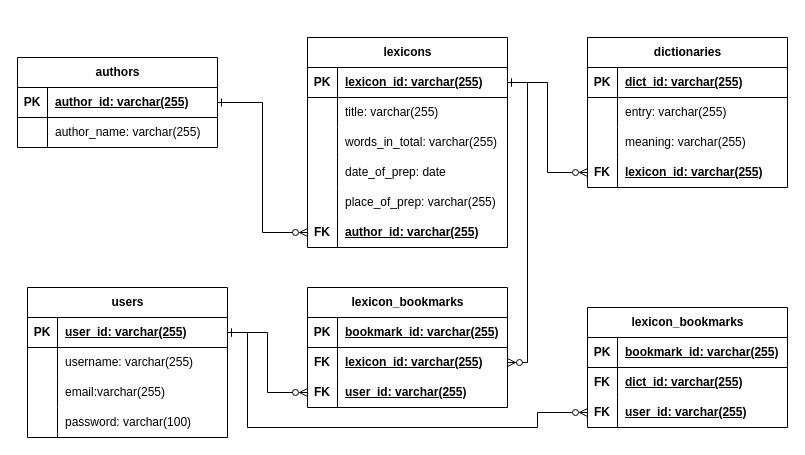
Above: ERD.drawio in HarisHerdiansyah/uts-pemrograman-web-2025 (draw.io), before the change. Source tidied: cells renumbered, new cells numbered last; positions are measured from the earlier drawing's top-left corner, leaving out a move shared by most shapes. Both pictures are drawn from the tidied source at 100%, with x=0, y=0 at pixel (17, 37).
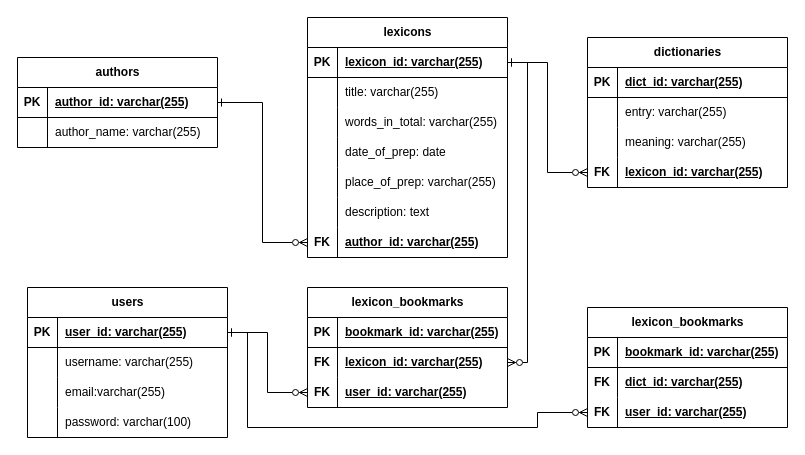
The same diagram, later.

Change to the diagram source:
```diff
@@
     <mxCell id="22" value="lexicons" style="shape=table;startSize=30;childLayout=tableLayout;rowLines=0;fontStyle=1;align=center;html=1;" parent="1" vertex="1">
-      <mxGeometry x="290" width="200" height="210" as="geometry" />
+      <mxGeometry x="290" y="-20" width="200" height="240" as="geometry" />
     </mxCell>
@@
+    <mxCell id="79" style="shape=tableRow;horizontal=0;startSize=0;swimlaneHead=0;swimlaneBody=0;fillColor=none;top=0;left=0;right=0;bottom=0;" parent="22" vertex="1">
+      <mxGeometry y="180" width="200" height="30" as="geometry" />
+    </mxCell>
+    <mxCell id="80" style="shape=partialRectangle;fillColor=none;top=0;left=0;bottom=0;right=0;overflow=hidden;whiteSpace=wrap;html=1;" parent="79" vertex="1">
+      <mxGeometry width="30" height="30" as="geometry" />
+    </mxCell>
+    <mxCell id="81" value="description: text" style="shape=partialRectangle;fillColor=none;top=0;left=0;bottom=0;right=0;align=left;spacingLeft=6;overflow=hidden;whiteSpace=wrap;html=1;" parent="79" vertex="1">
+      <mxGeometry x="30" width="170" height="30" as="geometry" />
+    </mxCell>
     <mxCell id="38" style="shape=tableRow;horizontal=0;startSize=0;swimlaneHead=0;swimlaneBody=0;fillColor=none;points=[[0,0.5],[1,0.5]];portConstraint=eastwest;top=0;left=0;right=0;bottom=0;" parent="22" vertex="1">
-      <mxGeometry y="180" width="200" height="30" as="geometry" />
+      <mxGeometry y="210" width="200" height="30" as="geometry" />
     </mxCell>
```
